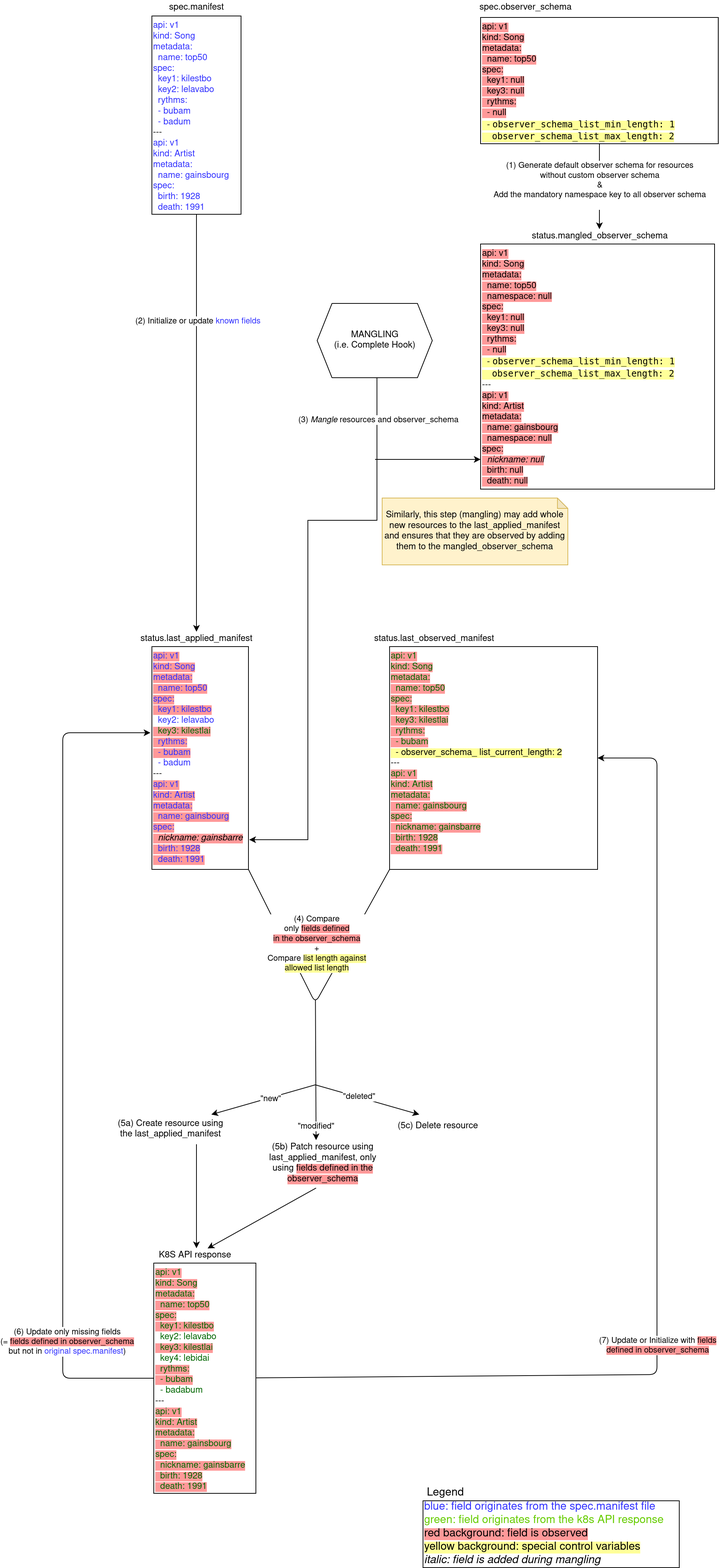
Above: docs/img/kubernetes_controller_reconciliation_example.png in rak-n-rok/Krake (draw.io), before the change. Source tidied: cells renumbered, new cells last; positions are measured from the earlier drawing's top-left corner, leaving out a move shared by most shapes.
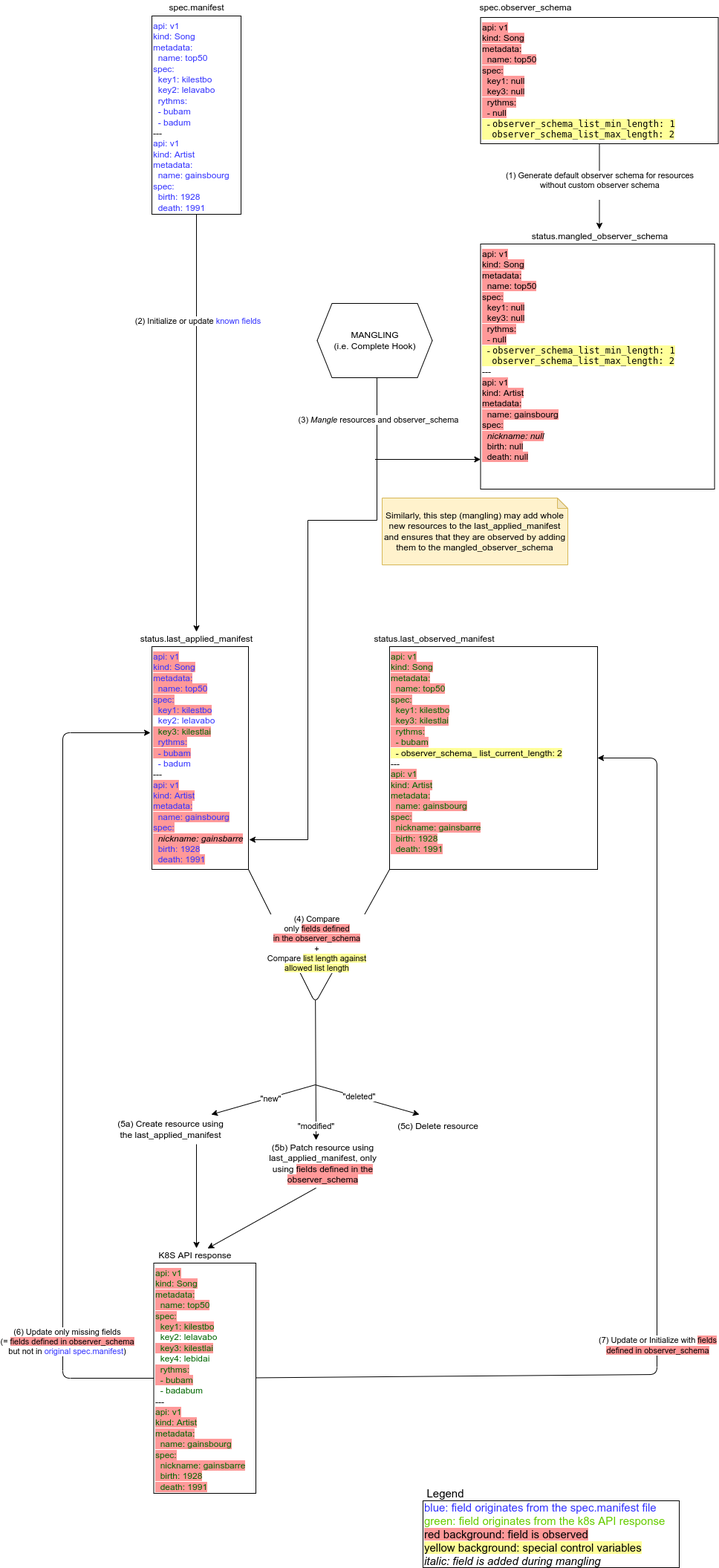
After the change.

Commit message:
Remove default Kubernetes namespace definition from observer schema

What changed in the source:
```diff
@@ -8,7 +8,7 @@
     <mxCell id="3" style="edgeStyle=orthogonalEdgeStyle;rounded=0;jettySize=auto;html=1;entryX=0.5;entryY=0;entryDx=0;entryDy=0;entryPerimeter=0;" parent="1" edge="1" source="5" target="36">
       <mxGeometry relative="1" as="geometry" />
     </mxCell>
-    <mxCell id="4" value="&lt;div&gt;(1) Generate default observer schema for resources&lt;/div&gt;&lt;div&gt;without custom observer schema&lt;/div&gt;&lt;div&gt;&amp;amp;&lt;/div&gt;&lt;div&gt;Add the mandatory namespace key to all observer schema&lt;br&gt;&lt;/div&gt;&lt;div&gt;&lt;br&gt;&lt;/div&gt;" style="edgeLabel;html=1;align=center;verticalAlign=middle;" parent="3" vertex="1">
+    <mxCell id="4" value="&lt;div&gt;(1) Generate default observer schema for resources&lt;/div&gt;&lt;div&gt;without custom observer schema&lt;/div&gt;&lt;div&gt;&lt;br&gt;&lt;/div&gt;" style="edgeLabel;html=1;align=center;verticalAlign=middle;" parent="3" vertex="1">
       <mxGeometry x="-0.29" y="-1" relative="1" as="geometry">
         <mxPoint x="1" y="14" as="offset" />
       </mxGeometry>
@@ -140,7 +140,7 @@
     <mxCell id="34" value="Legend" style="text;html=1;align=center;verticalAlign=middle;fontSize=15;" parent="1" vertex="1">
       <mxGeometry x="480" y="2000" width="70" height="20" as="geometry" />
     </mxCell>
-    <mxCell id="35" value="&lt;div&gt;&lt;span style=&quot;background-color: rgb(255 , 153 , 153)&quot;&gt;api: v1&lt;br&gt;&lt;/span&gt;&lt;/div&gt;&lt;div&gt;&lt;span style=&quot;background-color: rgb(255 , 153 , 153)&quot;&gt;kind: Song&lt;br&gt;&lt;/span&gt;&lt;/div&gt;&lt;div&gt;&lt;span style=&quot;background-color: rgb(255 , 153 , 153)&quot;&gt;metadata:&lt;/span&gt;&lt;/div&gt;&lt;div&gt;&lt;span style=&quot;background-color: rgb(255 , 153 , 153)&quot;&gt;&amp;nbsp; name: top50&lt;/span&gt;&lt;/div&gt;&lt;div&gt;&lt;span style=&quot;background-color: rgb(255 , 153 , 153)&quot;&gt;&amp;nbsp; namespace: null&lt;br&gt;&lt;/span&gt;&lt;/div&gt;&lt;div&gt;&lt;span style=&quot;background-color: rgb(255 , 153 , 153)&quot;&gt;spec:&lt;/span&gt;&lt;/div&gt;&lt;div&gt;&lt;span style=&quot;background-color: rgb(255 , 153 , 153)&quot;&gt;&amp;nbsp; key1: null&lt;br&gt;&lt;/span&gt;&lt;/div&gt;&lt;div&gt;&lt;span style=&quot;background-color: rgb(255 , 153 , 153)&quot;&gt;&amp;nbsp; key3: null&lt;br&gt;&lt;/span&gt;&lt;/div&gt;&lt;div&gt;&lt;span style=&quot;background-color: rgb(255 , 153 , 153)&quot;&gt;&amp;nbsp; rythms:&lt;/span&gt;&lt;/div&gt;&lt;div&gt;&lt;span style=&quot;background-color: rgb(255 , 153 , 153)&quot;&gt;&amp;nbsp; - null&lt;/span&gt;&lt;/div&gt;&lt;div&gt;&lt;div&gt;&lt;span style=&quot;background-color: rgb(255 , 255 , 153)&quot;&gt;&amp;nbsp; - &lt;span&gt;&lt;code&gt;&lt;span class=&quot;na&quot;&gt;observer_schema_list_min_length&lt;/span&gt;&lt;span class=&quot;pi&quot;&gt;: 1&lt;br&gt;&lt;/span&gt;&lt;/code&gt;&lt;/span&gt;&lt;/span&gt;&lt;/div&gt;&lt;div&gt;&lt;div&gt;&lt;span style=&quot;background-color: rgb(255 , 255 , 153)&quot;&gt;&amp;nbsp; &amp;nbsp; &lt;span&gt;&lt;code&gt;&lt;span class=&quot;na&quot;&gt;observer_schema_list_max_length: 2&lt;/span&gt;&lt;span class=&quot;pi&quot;&gt;&lt;/span&gt;&lt;/code&gt;&lt;/span&gt;&lt;/span&gt;&lt;/div&gt;---&lt;/div&gt;&lt;/div&gt;&lt;div&gt;&lt;span style=&quot;background-color: rgb(255 , 153 , 153)&quot;&gt;api: v1&lt;/span&gt;&lt;/div&gt;&lt;div&gt;&lt;span style=&quot;background-color: rgb(255 , 153 , 153)&quot;&gt;kind: Artist&lt;/span&gt;&lt;/div&gt;&lt;div&gt;&lt;span style=&quot;background-color: rgb(255 , 153 , 153)&quot;&gt;metadata:&lt;/span&gt;&lt;/div&gt;&lt;div&gt;&lt;span style=&quot;background-color: rgb(255 , 153 , 153)&quot;&gt;&amp;nbsp; name: gainsbourg&lt;/span&gt;&lt;/div&gt;&lt;div&gt;&lt;span style=&quot;background-color: rgb(255 , 153 , 153)&quot;&gt;&amp;nbsp; namespace: null&lt;br&gt;&lt;/span&gt;&lt;/div&gt;&lt;div&gt;&lt;span style=&quot;background-color: rgb(255 , 153 , 153)&quot;&gt;spec:&lt;/span&gt;&lt;/div&gt;&lt;div&gt;&lt;div&gt;&lt;span style=&quot;background-color: rgb(255 , 153 , 153)&quot;&gt;&lt;i&gt;&amp;nbsp; nickname: null&lt;/i&gt;&lt;/span&gt;&lt;/div&gt;&lt;/div&gt;&lt;div&gt;&lt;span style=&quot;background-color: rgb(255 , 153 , 153)&quot;&gt;&amp;nbsp; birth: null&lt;br&gt;&lt;/span&gt;&lt;/div&gt;&lt;div&gt;&lt;span style=&quot;background-color: rgb(255 , 153 , 153)&quot;&gt;&amp;nbsp; death: null&lt;/span&gt;&lt;/div&gt;" style="rounded=0;whiteSpace=wrap;html=1;align=left;verticalAlign=top;" parent="1" vertex="1">
+    <mxCell id="35" value="&lt;div&gt;&lt;span style=&quot;background-color: rgb(255 , 153 , 153)&quot;&gt;api: v1&lt;br&gt;&lt;/span&gt;&lt;/div&gt;&lt;div&gt;&lt;span style=&quot;background-color: rgb(255 , 153 , 153)&quot;&gt;kind: Song&lt;br&gt;&lt;/span&gt;&lt;/div&gt;&lt;div&gt;&lt;span style=&quot;background-color: rgb(255 , 153 , 153)&quot;&gt;metadata:&lt;/span&gt;&lt;/div&gt;&lt;div&gt;&lt;span style=&quot;background-color: rgb(255 , 153 , 153)&quot;&gt;&amp;nbsp; name: top50&lt;/span&gt;&lt;/div&gt;&lt;div&gt;&lt;span style=&quot;background-color: rgb(255 , 153 , 153)&quot;&gt;spec:&lt;/span&gt;&lt;/div&gt;&lt;div&gt;&lt;span style=&quot;background-color: rgb(255 , 153 , 153)&quot;&gt;&amp;nbsp; key1: null&lt;br&gt;&lt;/span&gt;&lt;/div&gt;&lt;div&gt;&lt;span style=&quot;background-color: rgb(255 , 153 , 153)&quot;&gt;&amp;nbsp; key3: null&lt;br&gt;&lt;/span&gt;&lt;/div&gt;&lt;div&gt;&lt;span style=&quot;background-color: rgb(255 , 153 , 153)&quot;&gt;&amp;nbsp; rythms:&lt;/span&gt;&lt;/div&gt;&lt;div&gt;&lt;span style=&quot;background-color: rgb(255 , 153 , 153)&quot;&gt;&amp;nbsp; - null&lt;/span&gt;&lt;/div&gt;&lt;div&gt;&lt;div&gt;&lt;span style=&quot;background-color: rgb(255 , 255 , 153)&quot;&gt;&amp;nbsp; - &lt;span&gt;&lt;code&gt;&lt;span class=&quot;na&quot;&gt;observer_schema_list_min_length&lt;/span&gt;&lt;span class=&quot;pi&quot;&gt;: 1&lt;br&gt;&lt;/span&gt;&lt;/code&gt;&lt;/span&gt;&lt;/span&gt;&lt;/div&gt;&lt;div&gt;&lt;div&gt;&lt;span style=&quot;background-color: rgb(255 , 255 , 153)&quot;&gt;&amp;nbsp; &amp;nbsp; &lt;span&gt;&lt;code&gt;&lt;span class=&quot;na&quot;&gt;observer_schema_list_max_length: 2&lt;/span&gt;&lt;span class=&quot;pi&quot;&gt;&lt;/span&gt;&lt;/code&gt;&lt;/span&gt;&lt;/span&gt;&lt;/div&gt;---&lt;/div&gt;&lt;/div&gt;&lt;div&gt;&lt;span style=&quot;background-color: rgb(255 , 153 , 153)&quot;&gt;api: v1&lt;/span&gt;&lt;/div&gt;&lt;div&gt;&lt;span style=&quot;background-color: rgb(255 , 153 , 153)&quot;&gt;kind: Artist&lt;/span&gt;&lt;/div&gt;&lt;div&gt;&lt;span style=&quot;background-color: rgb(255 , 153 , 153)&quot;&gt;metadata:&lt;/span&gt;&lt;/div&gt;&lt;div&gt;&lt;span style=&quot;background-color: rgb(255 , 153 , 153)&quot;&gt;&amp;nbsp; name: gainsbourg&lt;/span&gt;&lt;/div&gt;&lt;div&gt;&lt;span style=&quot;background-color: rgb(255 , 153 , 153)&quot;&gt;spec:&lt;/span&gt;&lt;/div&gt;&lt;div&gt;&lt;div&gt;&lt;span style=&quot;background-color: rgb(255 , 153 , 153)&quot;&gt;&lt;i&gt;&amp;nbsp; nickname: null&lt;/i&gt;&lt;/span&gt;&lt;/div&gt;&lt;/div&gt;&lt;div&gt;&lt;span style=&quot;background-color: rgb(255 , 153 , 153)&quot;&gt;&amp;nbsp; birth: null&lt;br&gt;&lt;/span&gt;&lt;/div&gt;&lt;div&gt;&lt;span style=&quot;background-color: rgb(255 , 153 , 153)&quot;&gt;&amp;nbsp; death: null&lt;/span&gt;&lt;/div&gt;" style="rounded=0;whiteSpace=wrap;html=1;align=left;verticalAlign=top;" parent="1" vertex="1">
       <mxGeometry x="562.5" y="328" width="315" height="330" as="geometry" />
     </mxCell>
     <mxCell id="36" value="status.mangled_observer_schema" style="text;html=1;align=center;verticalAlign=middle;points=[];" parent="1" vertex="1">
```
